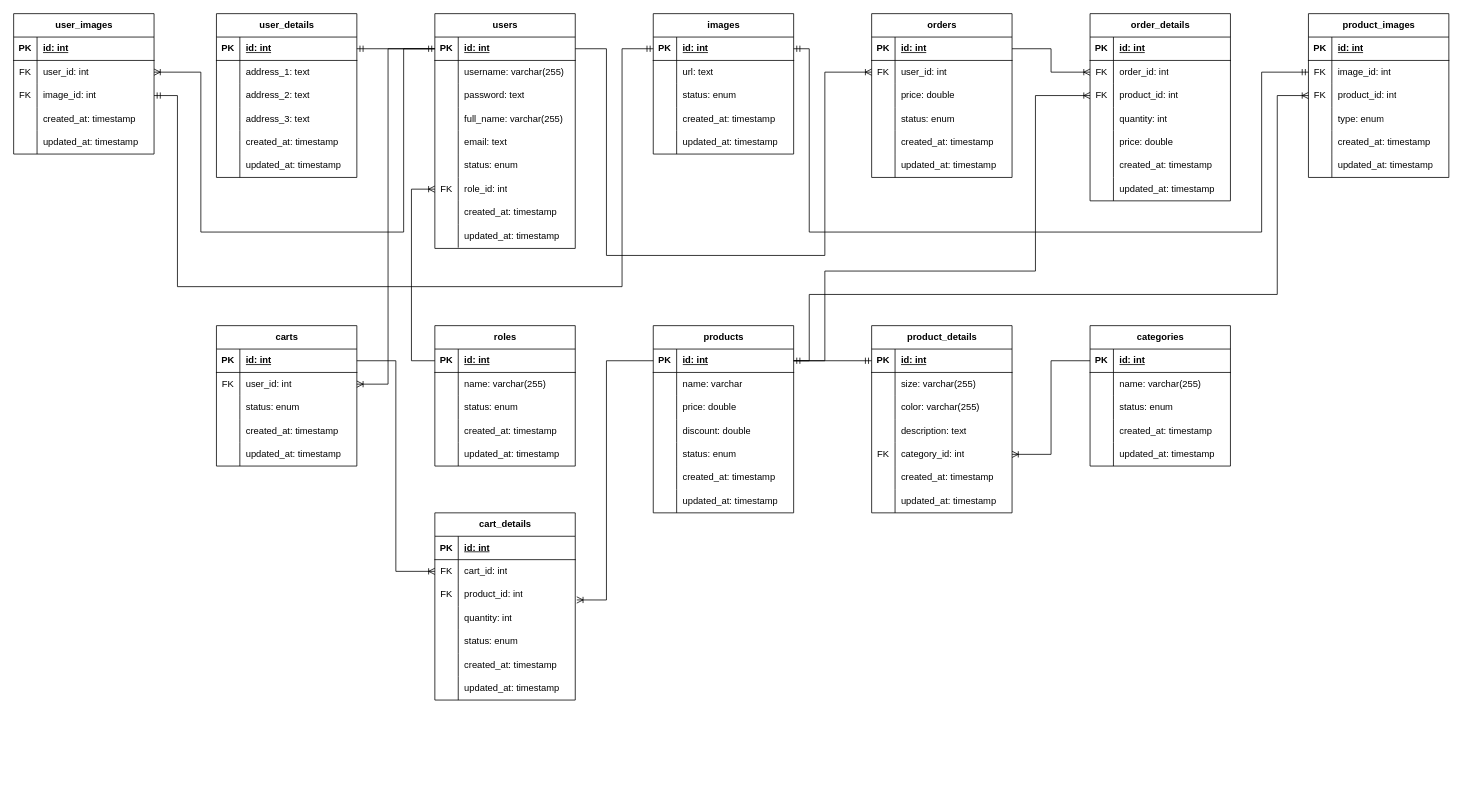
This is database.drawio from nhuttan12/thuc-tap-lap-trinh-di-dong, a draw.io file, before an edit. Source tidied: cells renumbered, new cells numbered last; positions are measured from the earlier drawing's top-left corner, leaving out a move shared by most shapes. Both pictures are drawn from the tidied source at 78%, with x=0, y=0 at pixel (13, 13).
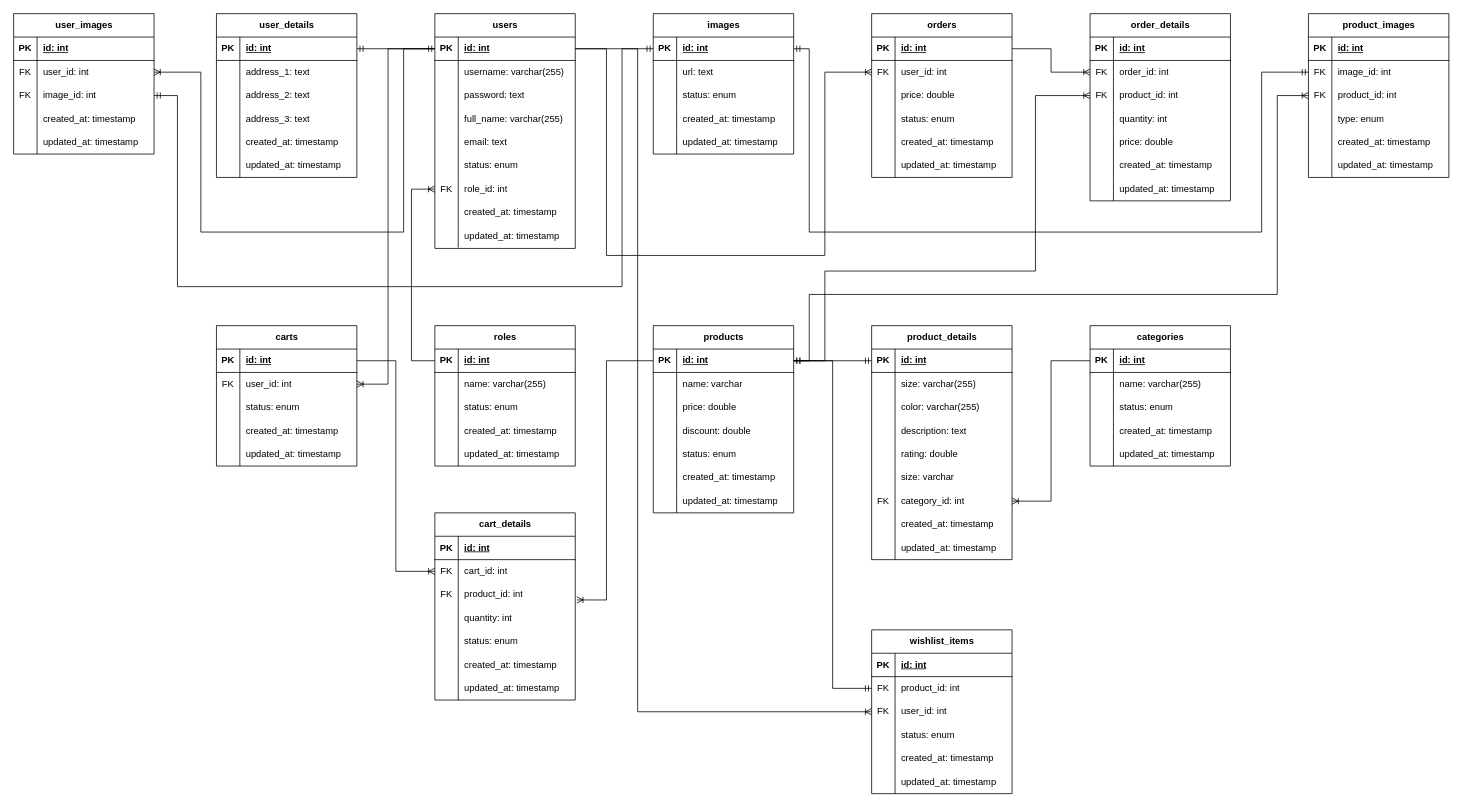
After the change.

The change refers to these unchanged cells:
```xml
<mxCell id="3" style="shape=tableRow;horizontal=0;startSize=0;swimlaneHead=0;swimlaneBody=0;fillColor=none;points=[[0,0.5],[1,0.5]];portConstraint=eastwest;top=0;left=0;right=0;bottom=1;" parent="2" vertex="1">
  <mxGeometry y="30" width="180" height="30" as="geometry" />
</mxCell>
<mxCell id="66" value="products" style="shape=table;startSize=30;childLayout=tableLayout;rowLines=0;fontStyle=1;align=center;html=1;" parent="1" vertex="1">
  <mxGeometry x="820" y="400" width="180" height="240" as="geometry" />
</mxCell>
<mxCell id="67" style="shape=tableRow;horizontal=0;startSize=0;swimlaneHead=0;swimlaneBody=0;fillColor=none;points=[[0,0.5],[1,0.5]];portConstraint=eastwest;top=0;left=0;right=0;bottom=1;" parent="66" vertex="1">
  <mxGeometry y="30" width="180" height="30" as="geometry" />
</mxCell>
```

The edit, as a diff of the source:
```diff
@@
-    <mxCell id="79" style="shape=tableRow;horizontal=0;startSize=0;swimlaneHead=0;swimlaneBody=0;fillColor=none;top=0;left=0;right=0;bottom=0;" parent="66" vertex="1">
-      <mxGeometry y="150" width="180" height="30" as="geometry" />
-    </mxCell>
-    <mxCell id="80" style="shape=partialRectangle;fillColor=none;top=0;left=0;bottom=0;right=0;overflow=hidden;whiteSpace=wrap;html=1;" parent="79" vertex="1">
-      <mxGeometry width="30" height="30" as="geometry" />
-    </mxCell>
-    <mxCell id="81" value="status: enum" style="shape=partialRectangle;fillColor=none;top=0;left=0;bottom=0;right=0;align=left;spacingLeft=6;overflow=hidden;whiteSpace=wrap;html=1;" parent="79" vertex="1">
-      <mxGeometry x="30" width="150" height="30" as="geometry" />
-    </mxCell>
+    <mxCell id="269" style="shape=tableRow;horizontal=0;startSize=0;swimlaneHead=0;swimlaneBody=0;fillColor=none;top=0;left=0;right=0;bottom=0;" parent="66" vertex="1">
+      <mxGeometry y="150" width="180" height="30" as="geometry" />
+    </mxCell>
+    <mxCell id="270" style="shape=partialRectangle;fillColor=none;top=0;left=0;bottom=0;right=0;overflow=hidden;whiteSpace=wrap;html=1;" parent="269" vertex="1">
+      <mxGeometry width="30" height="30" as="geometry" />
+    </mxCell>
+    <mxCell id="271" value="status: enum" style="shape=partialRectangle;fillColor=none;top=0;left=0;bottom=0;right=0;align=left;spacingLeft=6;overflow=hidden;whiteSpace=wrap;html=1;" parent="269" vertex="1">
+      <mxGeometry x="30" width="150" height="30" as="geometry" />
+    </mxCell>
@@
     <mxCell id="88" value="product_details" style="shape=table;startSize=30;childLayout=tableLayout;rowLines=0;fontStyle=1;align=center;html=1;" parent="1" vertex="1">
-      <mxGeometry x="1100" y="400" width="180" height="240" as="geometry" />
+      <mxGeometry x="1100" y="400" width="180" height="300" as="geometry" />
     </mxCell>
@@
+    <mxCell id="272" style="shape=tableRow;horizontal=0;startSize=0;swimlaneHead=0;swimlaneBody=0;fillColor=none;top=0;left=0;right=0;bottom=0;" parent="88" vertex="1">
+      <mxGeometry y="150" width="180" height="30" as="geometry" />
+    </mxCell>
+    <mxCell id="273" style="shape=partialRectangle;fillColor=none;top=0;left=0;bottom=0;right=0;overflow=hidden;whiteSpace=wrap;html=1;" parent="272" vertex="1">
+      <mxGeometry width="30" height="30" as="geometry" />
+    </mxCell>
+    <mxCell id="274" value="rating: double" style="shape=partialRectangle;fillColor=none;top=0;left=0;bottom=0;right=0;align=left;spacingLeft=6;overflow=hidden;whiteSpace=wrap;html=1;" parent="272" vertex="1">
+      <mxGeometry x="30" width="150" height="30" as="geometry" />
+    </mxCell>
+    <mxCell id="275" style="shape=tableRow;horizontal=0;startSize=0;swimlaneHead=0;swimlaneBody=0;fillColor=none;top=0;left=0;right=0;bottom=0;" parent="88" vertex="1">
+      <mxGeometry y="180" width="180" height="30" as="geometry" />
+    </mxCell>
+    <mxCell id="276" style="shape=partialRectangle;fillColor=none;top=0;left=0;bottom=0;right=0;overflow=hidden;whiteSpace=wrap;html=1;" parent="275" vertex="1">
+      <mxGeometry width="30" height="30" as="geometry" />
+    </mxCell>
+    <mxCell id="277" value="size: varchar" style="shape=partialRectangle;fillColor=none;top=0;left=0;bottom=0;right=0;align=left;spacingLeft=6;overflow=hidden;whiteSpace=wrap;html=1;" parent="275" vertex="1">
+      <mxGeometry x="30" width="150" height="30" as="geometry" />
+    </mxCell>
     <mxCell id="101" style="shape=tableRow;horizontal=0;startSize=0;swimlaneHead=0;swimlaneBody=0;fillColor=none;points=[[0,0.5],[1,0.5]];portConstraint=eastwest;top=0;left=0;right=0;bottom=0;" parent="88" vertex="1">
-      <mxGeometry y="150" width="180" height="30" as="geometry" />
+      <mxGeometry y="210" width="180" height="30" as="geometry" />
     </mxCell>
@@
     <mxCell id="104" style="shape=tableRow;horizontal=0;startSize=0;swimlaneHead=0;swimlaneBody=0;fillColor=none;top=0;left=0;right=0;bottom=0;" parent="88" vertex="1">
-      <mxGeometry y="180" width="180" height="30" as="geometry" />
+      <mxGeometry y="240" width="180" height="30" as="geometry" />
     </mxCell>
@@
     <mxCell id="107" style="shape=tableRow;horizontal=0;startSize=0;swimlaneHead=0;swimlaneBody=0;fillColor=none;top=0;left=0;right=0;bottom=0;" parent="88" vertex="1">
-      <mxGeometry y="210" width="180" height="30" as="geometry" />
+      <mxGeometry y="270" width="180" height="30" as="geometry" />
     </mxCell>
@@
+    <mxCell id="278" value="&lt;span style=&quot;text-wrap-mode: wrap;&quot;&gt;wishlist_items&lt;/span&gt;" style="shape=table;startSize=30;childLayout=tableLayout;rowLines=0;fontStyle=1;align=center;html=1;" parent="1" vertex="1">
+      <mxGeometry x="1100" y="790" width="180" height="210" as="geometry" />
+    </mxCell>
+    <mxCell id="279" style="shape=tableRow;horizontal=0;startSize=0;swimlaneHead=0;swimlaneBody=0;fillColor=none;top=0;left=0;right=0;bottom=1;" parent="278" vertex="1">
+      <mxGeometry y="30" width="180" height="30" as="geometry" />
+    </mxCell>
+    <mxCell id="280" value="PK" style="shape=partialRectangle;fillColor=none;top=0;left=0;bottom=0;right=0;fontStyle=1;overflow=hidden;whiteSpace=wrap;html=1;" parent="279" vertex="1">
+      <mxGeometry width="30" height="30" as="geometry" />
+    </mxCell>
+    <mxCell id="281" value="&lt;span style=&quot;text-align: center;&quot;&gt;id: int&lt;/span&gt;" style="shape=partialRectangle;fillColor=none;top=0;left=0;bottom=0;right=0;align=left;spacingLeft=6;fontStyle=5;overflow=hidden;whiteSpace=wrap;html=1;" parent="279" vertex="1">
+      <mxGeometry x="30" width="150" height="30" as="geometry" />
+    </mxCell>
+    <mxCell id="282" style="shape=tableRow;horizontal=0;startSize=0;swimlaneHead=0;swimlaneBody=0;fillColor=none;points=[[0,0.5],[1,0.5]];portConstraint=eastwest;top=0;left=0;right=0;bottom=0;" parent="278" vertex="1">
+      <mxGeometry y="60" width="180" height="30" as="geometry" />
+    </mxCell>
+    <mxCell id="283" value="FK" style="shape=partialRectangle;fillColor=none;top=0;left=0;bottom=0;right=0;overflow=hidden;whiteSpace=wrap;html=1;" parent="282" vertex="1">
+      <mxGeometry width="30" height="30" as="geometry" />
+    </mxCell>
+    <mxCell id="284" value="product_id: int" style="shape=partialRectangle;fillColor=none;top=0;left=0;bottom=0;right=0;align=left;spacingLeft=6;overflow=hidden;whiteSpace=wrap;html=1;" parent="282" vertex="1">
+      <mxGeometry x="30" width="150" height="30" as="geometry" />
+    </mxCell>
+    <mxCell id="285" style="shape=tableRow;horizontal=0;startSize=0;swimlaneHead=0;swimlaneBody=0;fillColor=none;points=[[0,0.5],[1,0.5]];portConstraint=eastwest;top=0;left=0;right=0;bottom=0;" parent="278" vertex="1">
+      <mxGeometry y="90" width="180" height="30" as="geometry" />
+    </mxCell>
+    <mxCell id="286" value="FK" style="shape=partialRectangle;fillColor=none;top=0;left=0;bottom=0;right=0;overflow=hidden;whiteSpace=wrap;html=1;" parent="285" vertex="1">
+      <mxGeometry width="30" height="30" as="geometry" />
+    </mxCell>
+    <mxCell id="287" value="user_id: int" style="shape=partialRectangle;fillColor=none;top=0;left=0;bottom=0;right=0;align=left;spacingLeft=6;overflow=hidden;whiteSpace=wrap;html=1;" parent="285" vertex="1">
+      <mxGeometry x="30" width="150" height="30" as="geometry" />
+    </mxCell>
+    <mxCell id="288" style="shape=tableRow;horizontal=0;startSize=0;swimlaneHead=0;swimlaneBody=0;fillColor=none;top=0;left=0;right=0;bottom=0;" parent="278" vertex="1">
+      <mxGeometry y="120" width="180" height="30" as="geometry" />
+    </mxCell>
+    <mxCell id="289" style="shape=partialRectangle;fillColor=none;top=0;left=0;bottom=0;right=0;overflow=hidden;whiteSpace=wrap;html=1;" parent="288" vertex="1">
+      <mxGeometry width="30" height="30" as="geometry" />
+    </mxCell>
+    <mxCell id="290" value="status: enum" style="shape=partialRectangle;fillColor=none;top=0;left=0;bottom=0;right=0;align=left;spacingLeft=6;overflow=hidden;whiteSpace=wrap;html=1;" parent="288" vertex="1">
+      <mxGeometry x="30" width="150" height="30" as="geometry" />
+    </mxCell>
+    <mxCell id="291" style="shape=tableRow;horizontal=0;startSize=0;swimlaneHead=0;swimlaneBody=0;fillColor=none;top=0;left=0;right=0;bottom=0;" parent="278" vertex="1">
+      <mxGeometry y="150" width="180" height="30" as="geometry" />
+    </mxCell>
+    <mxCell id="292" style="shape=partialRectangle;fillColor=none;top=0;left=0;bottom=0;right=0;overflow=hidden;whiteSpace=wrap;html=1;" parent="291" vertex="1">
+      <mxGeometry width="30" height="30" as="geometry" />
+    </mxCell>
+    <mxCell id="293" value="created_at: timestamp" style="shape=partialRectangle;fillColor=none;top=0;left=0;bottom=0;right=0;align=left;spacingLeft=6;overflow=hidden;whiteSpace=wrap;html=1;" parent="291" vertex="1">
+      <mxGeometry x="30" width="150" height="30" as="geometry" />
+    </mxCell>
+    <mxCell id="294" style="shape=tableRow;horizontal=0;startSize=0;swimlaneHead=0;swimlaneBody=0;fillColor=none;top=0;left=0;right=0;bottom=0;" parent="278" vertex="1">
+      <mxGeometry y="180" width="180" height="30" as="geometry" />
+    </mxCell>
+    <mxCell id="295" style="shape=partialRectangle;fillColor=none;top=0;left=0;bottom=0;right=0;overflow=hidden;whiteSpace=wrap;html=1;" parent="294" vertex="1">
+      <mxGeometry width="30" height="30" as="geometry" />
+    </mxCell>
+    <mxCell id="296" value="updated_at: timestamp" style="shape=partialRectangle;fillColor=none;top=0;left=0;bottom=0;right=0;align=left;spacingLeft=6;overflow=hidden;whiteSpace=wrap;html=1;" parent="294" vertex="1">
+      <mxGeometry x="30" width="150" height="30" as="geometry" />
+    </mxCell>
+    <mxCell id="297" style="edgeStyle=orthogonalEdgeStyle;fontSize=12;html=1;endArrow=ERmandOne;startArrow=ERmandOne;rounded=0;exitX=1;exitY=0.5;exitDx=0;exitDy=0;entryX=0;entryY=0.5;entryDx=0;entryDy=0;" parent="1" edge="1" source="67" target="282">
+      <mxGeometry relative="1" as="geometry" />
+    </mxCell>
+    <mxCell id="298" style="edgeStyle=orthogonalEdgeStyle;fontSize=12;html=1;endArrow=ERoneToMany;rounded=0;entryX=0;entryY=0.5;entryDx=0;entryDy=0;" parent="1" edge="1" source="3" target="285">
+      <mxGeometry relative="1" as="geometry">
+        <Array as="points">
+          <mxPoint x="800" y="45" />
+          <mxPoint x="800" y="895" />
+        </Array>
+      </mxGeometry>
+    </mxCell>
```
